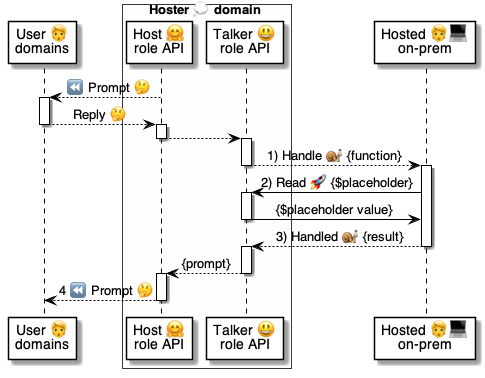
This is 5 ⏩ Flows/79 😃⏩ Talkers/.📎 Assets/Handle.png from pollyweb-org/pollyweb-docs, a PlantUML export, as it was before one commit. Its source is kept beside it as 5 ⏩ Flows/79 😃⏩ Talkers/.📎 Assets/Handle.puml.
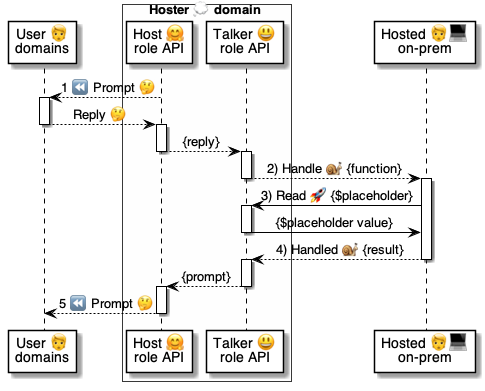
The same file after the commit.

Change to the diagram source:
```diff
@@ -7,29 +7,29 @@
 end box
 participant "Hosted 🧑‍💻\non-prem" as hosted
 
-    host --> user:  ⏪ Prompt 🤔
+    host --> user: 1 ⏪ Prompt 🤔
 
 activate user
     user --> host: Reply 🤔
 deactivate user
 
 activate host
-    host --> talker
+    host --> talker: {reply}
 deactivate host
 
 activate talker
-    talker --> hosted: 1) Handle 🐌 {function}
+    talker --> hosted: 2) Handle 🐌 {function}
 deactivate talker
 
 activate hosted
 
-    hosted -> talker: 2) Read 🚀 {$placeholder}
+    hosted -> talker: 3) Read 🚀 {$placeholder}
 
     activate talker
         talker -> hosted: {$placeholder value}
     deactivate talker
 
-    hosted --> talker: 3) Handled 🐌 {result}
+    hosted --> talker: 4) Handled 🐌 {result}
 deactivate hosted
 
 activate talker
@@ -37,7 +37,7 @@
 deactivate talker
 
 activate host
-    host --> user: 4 ⏪ Prompt 🤔
+    host --> user: 5 ⏪ Prompt 🤔
 deactivate host
 
 @enduml
```
